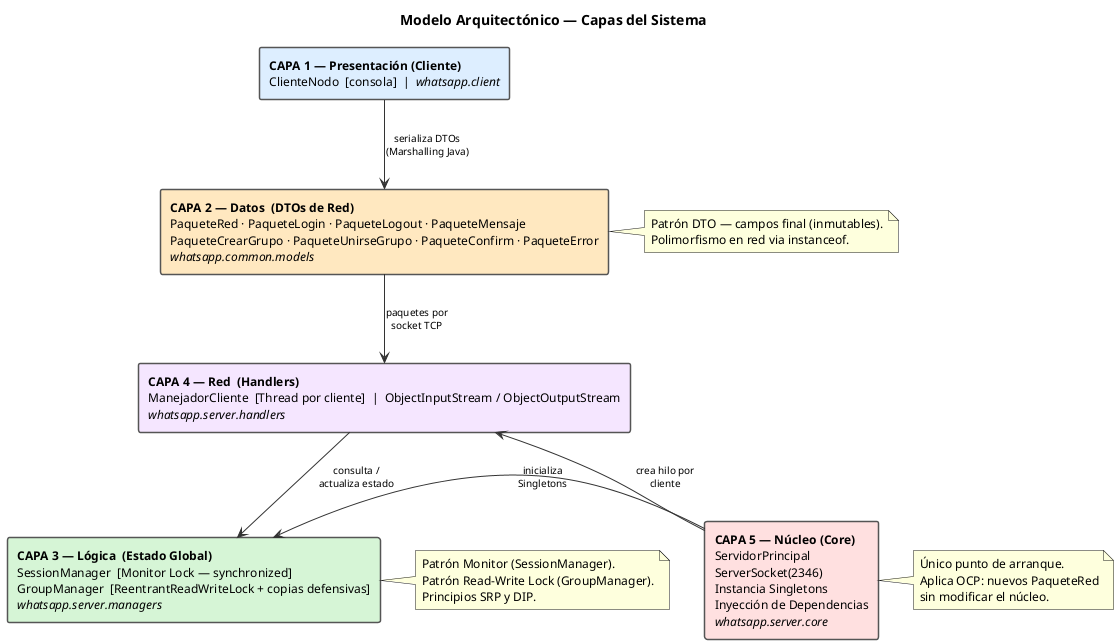
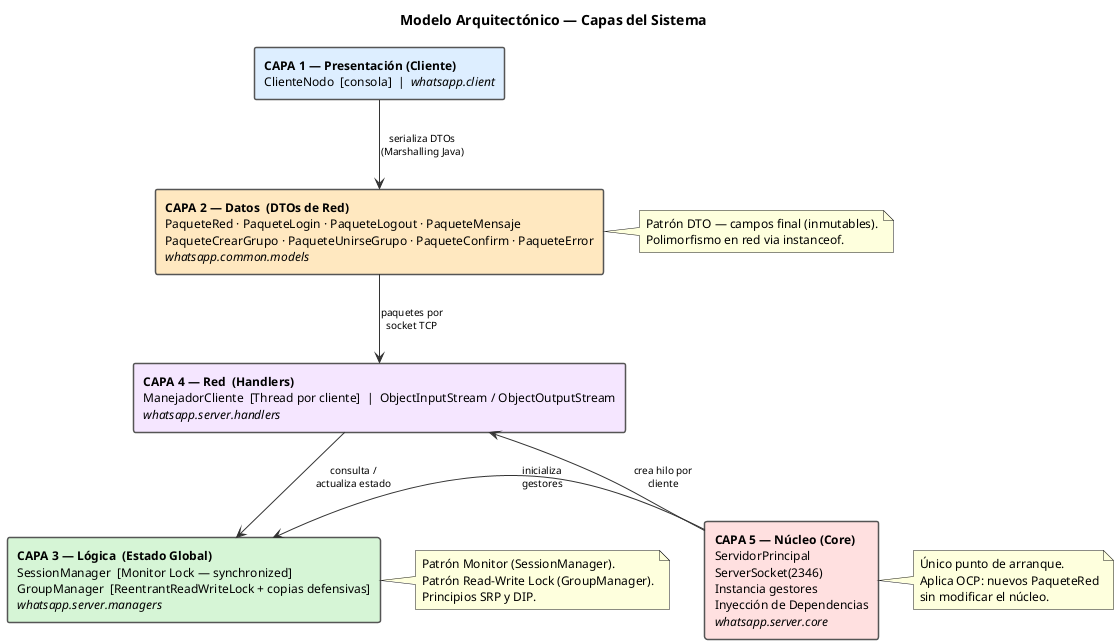
@startuml ArquitecturaCapas
title Modelo Arquitectónico — Capas del Sistema

top to bottom direction

skinparam defaultFontSize 12
skinparam rectangleFontSize 12
skinparam rectangleBorderColor #555555
skinparam rectangleBorderThickness 1.5
skinparam ArrowColor #333333
skinparam ArrowFontSize 10
skinparam shadowing false

' ─────────────────────────────────────────────────────────
' COLUMNA PRINCIPAL: flujo de comunicación (izquierda)
' ─────────────────────────────────────────────────────────

rectangle "<b>CAPA 1 — Presentación (Cliente)</b>\nClienteNodo  [consola]  |  <i>whatsapp.client</i>" as C1 #DDEEFF
rectangle "<b>CAPA 2 — Datos  (DTOs de Red)</b>\nPaqueteRed · PaqueteLogin · PaqueteLogout · PaqueteMensaje\nPaqueteCrearGrupo · PaqueteUnirseGrupo · PaqueteConfirm · PaqueteError\n<i>whatsapp.common.models</i>" as C2 #FFE8C0
rectangle "<b>CAPA 4 — Red  (Handlers)</b>\nManejadorCliente  [Thread por cliente]  |  ObjectInputStream / ObjectOutputStream\n<i>whatsapp.server.handlers</i>" as C4 #F5E6FF
rectangle "<b>CAPA 3 — Lógica  (Estado Global)</b>\nSessionManager  [Monitor Lock — synchronized]\nGroupManager  [ReentrantReadWriteLock + copias defensivas]\n<i>whatsapp.server.managers</i>" as C3 #D6F5D6

' ─────────────────────────────────────────────────────────
' CAPA 5 al costado derecho (bootstrapper)
' ─────────────────────────────────────────────────────────

- rectangle "<b>CAPA 5 — Núcleo (Core)</b>\nServidorPrincipal\nServerSocket(2346)\nInstancia Singletons\nInyección de Dependencias\n<i>whatsapp.server.core</i>" as C5 #FFE0E0
+ rectangle "<b>CAPA 5 — Núcleo (Core)</b>\nServidorPrincipal\nServerSocket(2346)\nInstancia gestores\nInyección de Dependencias\n<i>whatsapp.server.core</i>" as C5 #FFE0E0

' ─────────────────────────────────────────────────────────
' FLUJO DE COMUNICACIÓN (columna principal, top → bottom)
' ─────────────────────────────────────────────────────────

C1 -down-> C2 : serializa DTOs\n(Marshalling Java)
C2 -down-> C4 : paquetes por\nsocket TCP
C4 -down-> C3 : consulta /\nactualiza estado

' ─────────────────────────────────────────────────────────
' RELACIONES DE INICIALIZACIÓN (Core → capas del servidor)
' ─────────────────────────────────────────────────────────

C5 -left-> C4 : crea hilo por\ncliente
- C5 -left-> C3 : inicializa\nSingletons
+ C5 -left-> C3 : inicializa\ngestores

' ─────────────────────────────────────────────────────────
' NOTAS
' ─────────────────────────────────────────────────────────

note right of C2
  Patrón DTO — campos final (inmutables).
  Polimorfismo en red via instanceof.
end note

note right of C3
  Patrón Monitor (SessionManager).
  Patrón Read-Write Lock (GroupManager).
  Principios SRP y DIP.
end note

note right of C5
  Único punto de arranque.
  Aplica OCP: nuevos PaqueteRed
  sin modificar el núcleo.
end note

@enduml
